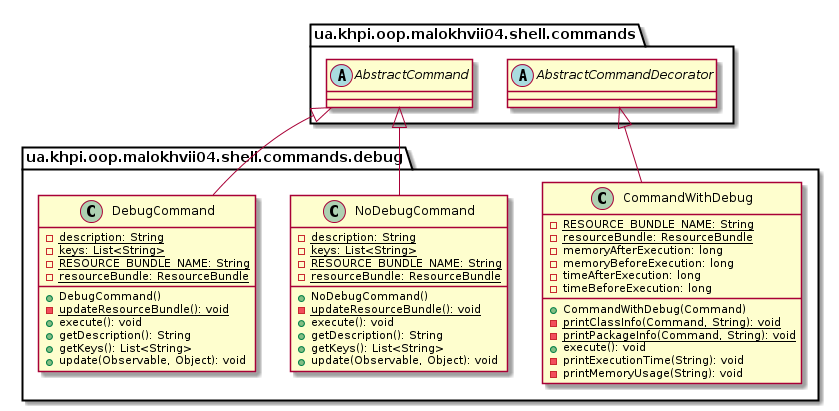
This is malokhvii-eduard/malokhvii04/doc/plantuml/png/ua.khpi.oop.malokhvii04.shell.commands.debug.package.png from P-Kalin/kit26a, a PlantUML export, as it was before one commit.
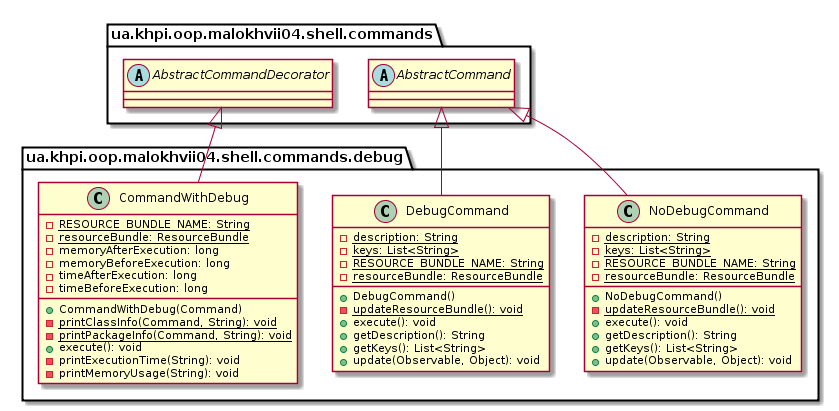
Above is the later version.

The edit, as a diff of the source:
```diff
@@ -1,21 +1,6 @@
 @startuml
 
     namespace ua.khpi.oop.malokhvii04.shell.commands.debug {
-
-        class CommandWithDebug {
-            {static} -RESOURCE_BUNDLE_NAME: String
-            {static} -resourceBundle: ResourceBundle
-            -memoryAfterExecution: long
-            -memoryBeforeExecution: long
-            -timeAfterExecution: long
-            -timeBeforeExecution: long
-            +CommandWithDebug(Command)
-            {static} -printClassInfo(Command, String): void
-            {static} -printPackageInfo(Command, String): void
-            +execute(): void
-            -printExecutionTime(String): void
-            -printMemoryUsage(String): void
-        }
 
         class NoDebugCommand {
             {static} -description: String
@@ -43,14 +28,29 @@
             +update(Observable, Object): void
         }
 
-        abstract class ua.khpi.oop.malokhvii04.shell.commands.AbstractCommandDecorator
-        ua.khpi.oop.malokhvii04.shell.commands.AbstractCommandDecorator <|-- CommandWithDebug
+        class CommandWithDebug {
+            {static} -RESOURCE_BUNDLE_NAME: String
+            {static} -resourceBundle: ResourceBundle
+            -memoryAfterExecution: long
+            -memoryBeforeExecution: long
+            -timeAfterExecution: long
+            -timeBeforeExecution: long
+            +CommandWithDebug(Command)
+            {static} -printClassInfo(Command, String): void
+            {static} -printPackageInfo(Command, String): void
+            +execute(): void
+            -printExecutionTime(String): void
+            -printMemoryUsage(String): void
+        }
 
         abstract class ua.khpi.oop.malokhvii04.shell.commands.AbstractCommand
         ua.khpi.oop.malokhvii04.shell.commands.AbstractCommand <|-- NoDebugCommand
 
         ua.khpi.oop.malokhvii04.shell.commands.AbstractCommand <|-- DebugCommand
 
+        abstract class ua.khpi.oop.malokhvii04.shell.commands.AbstractCommandDecorator
+        ua.khpi.oop.malokhvii04.shell.commands.AbstractCommandDecorator <|-- CommandWithDebug
+
     }
 
 @enduml
```
